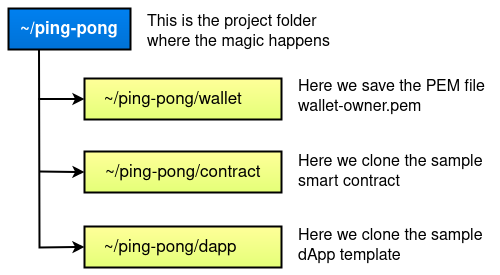
Earlier version of the draw.io export static/developers/tutorial/folder-structure.png (multiversx/mx-docs). Source tidied: cells renumbered, new cells last; positions are measured from the earlier drawing's top-left corner, leaving out a move shared by most shapes.
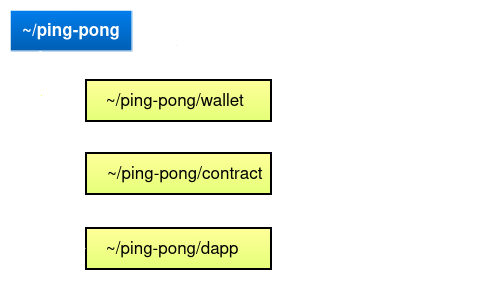
The same file after the commit.

Commit message:
Update images from "Build a dApp in 15 minutes" to be better integrated in the dark theme

What changed in the source:
```diff
@@ -2,46 +2,46 @@
   <root>
     <mxCell id="0" />
     <mxCell id="1" parent="0" />
-    <mxCell id="2" value="&lt;font style=&quot;font-size: 17px;&quot;&gt;&lt;b&gt;~/ping-pong&lt;/b&gt;&lt;/font&gt;" style="rounded=0;whiteSpace=wrap;html=1;fontSize=16;strokeWidth=2;fillColor=#0080F0;gradientColor=#0072D6;fontColor=#FFFFFF;" parent="1" vertex="1">
+    <mxCell id="2" value="&lt;b&gt;&lt;font style=&quot;font-size: 17px;&quot;&gt;~/ping-pong&lt;/font&gt;&lt;/b&gt;" style="rounded=0;whiteSpace=wrap;html=1;fontSize=16;strokeWidth=1;fillColor=#005EB3;gradientColor=#007DEB;fontColor=#FFFFFF;gradientDirection=north;strokeColor=#FFFFFF;" parent="1" vertex="1">
       <mxGeometry width="122" height="41" as="geometry" />
     </mxCell>
-    <mxCell id="3" style="edgeStyle=orthogonalEdgeStyle;rounded=0;jettySize=auto;html=1;exitX=0;exitY=0.5;exitDx=0;exitDy=0;strokeWidth=2;startArrow=classic;startFill=1;endArrow=none;endFill=0;" parent="1" edge="1" source="4">
+    <mxCell id="3" style="edgeStyle=orthogonalEdgeStyle;rounded=0;jettySize=auto;html=1;exitX=0;exitY=0.5;exitDx=0;exitDy=0;strokeWidth=2;startArrow=classic;startFill=1;endArrow=none;endFill=0;strokeColor=#FFFFFF;" parent="1" edge="1" source="4">
       <mxGeometry relative="1" as="geometry">
         <mxPoint x="30" y="90.5" as="targetPoint" />
       </mxGeometry>
     </mxCell>
     <mxCell id="4" value="&amp;nbsp;&amp;nbsp;&amp;nbsp; &lt;font style=&quot;font-size: 17px;&quot;&gt;~/ping-pong/wallet&lt;/font&gt;" style="rounded=0;whiteSpace=wrap;html=1;fontSize=16;strokeWidth=2;fillColor=#FFFF99;gradientColor=#E4FF78;align=left;" parent="1" vertex="1">
-      <mxGeometry x="76" y="70" width="197" height="41" as="geometry" />
+      <mxGeometry x="76" y="70" width="185" height="41" as="geometry" />
     </mxCell>
-    <mxCell id="5" style="edgeStyle=orthogonalEdgeStyle;rounded=0;jettySize=auto;html=1;exitX=0;exitY=0.5;exitDx=0;exitDy=0;startArrow=classic;startFill=1;endArrow=none;endFill=0;strokeWidth=2;" parent="1" edge="1" source="6">
+    <mxCell id="5" style="edgeStyle=orthogonalEdgeStyle;rounded=0;jettySize=auto;html=1;exitX=0;exitY=0.5;exitDx=0;exitDy=0;startArrow=classic;startFill=1;endArrow=none;endFill=0;strokeWidth=2;strokeColor=#FFFFFF;" parent="1" edge="1" source="6">
       <mxGeometry relative="1" as="geometry">
         <mxPoint x="31" y="163" as="targetPoint" />
       </mxGeometry>
     </mxCell>
     <mxCell id="6" value="&lt;font style=&quot;font-size: 17px;&quot;&gt;&amp;nbsp;&amp;nbsp;&amp;nbsp; ~/ping-pong/contract&lt;/font&gt;" style="rounded=0;whiteSpace=wrap;html=1;fontSize=16;strokeWidth=2;fillColor=#FFFF99;gradientColor=#E4FF78;align=left;" parent="1" vertex="1">
-      <mxGeometry x="76" y="143" width="197" height="41" as="geometry" />
+      <mxGeometry x="76" y="143" width="185" height="41" as="geometry" />
     </mxCell>
     <mxCell id="7" value="&amp;nbsp;&amp;nbsp;&amp;nbsp; &lt;font style=&quot;font-size: 17px;&quot;&gt;~/ping-pong/dapp&lt;/font&gt;" style="rounded=0;whiteSpace=wrap;html=1;fontSize=16;strokeWidth=2;fillColor=#FFFF99;gradientColor=#E4FF78;align=left;" parent="1" vertex="1">
-      <mxGeometry x="76" y="218" width="197" height="41" as="geometry" />
+      <mxGeometry x="76" y="218" width="185" height="41" as="geometry" />
     </mxCell>
-    <mxCell id="8" style="endArrow=classic;html=1;rounded=0;exitX=0.25;exitY=1;exitDx=0;exitDy=0;entryX=0;entryY=0.5;entryDx=0;entryDy=0;strokeWidth=2;" parent="1" edge="1" source="2" target="7">
+    <mxCell id="8" style="endArrow=classic;html=1;rounded=0;exitX=0.25;exitY=1;exitDx=0;exitDy=0;entryX=0;entryY=0.5;entryDx=0;entryDy=0;strokeWidth=2;strokeColor=#FFFFFF;" parent="1" edge="1" source="2" target="7">
       <mxGeometry relative="1" as="geometry">
         <Array as="points">
           <mxPoint x="31" y="239" />
         </Array>
       </mxGeometry>
     </mxCell>
-    <mxCell id="9" value="&lt;div align=&quot;left&quot;&gt;This is the project folder&lt;/div&gt;&lt;div align=&quot;left&quot;&gt;where the magic happens&lt;br&gt;&lt;/div&gt;" style="text;html=1;strokeColor=none;fillColor=none;align=left;verticalAlign=middle;whiteSpace=wrap;rounded=0;fontSize=16;" parent="1" vertex="1">
-      <mxGeometry x="137" y="8.5" width="197" height="30" as="geometry" />
+    <mxCell id="9" value="&lt;div align=&quot;left&quot;&gt;&lt;font color=&quot;#ffffff&quot;&gt;This is the project folder&lt;/font&gt;&lt;/div&gt;&lt;div align=&quot;left&quot;&gt;&lt;font color=&quot;#ffffff&quot;&gt;where the magic happens&lt;br&gt;&lt;/font&gt;&lt;/div&gt;" style="text;html=1;strokeColor=none;fillColor=none;align=left;verticalAlign=middle;whiteSpace=wrap;rounded=0;fontSize=16;" parent="1" vertex="1">
+      <mxGeometry x="137" y="6.5" width="197" height="30" as="geometry" />
     </mxCell>
-    <mxCell id="10" value="&lt;div&gt;Here we save the PEM file&lt;/div&gt;&lt;div&gt;wallet-owner.pem&lt;br&gt;&lt;/div&gt;" style="text;html=1;strokeColor=none;fillColor=none;align=left;verticalAlign=middle;whiteSpace=wrap;rounded=0;fontSize=16;" parent="1" vertex="1">
-      <mxGeometry x="287.5" y="74" width="197" height="30" as="geometry" />
+    <mxCell id="10" value="&lt;div&gt;&lt;font color=&quot;#ffffff&quot;&gt;Here we save the PEM file&lt;/font&gt;&lt;/div&gt;&lt;div&gt;&lt;font color=&quot;#ffffff&quot;&gt;wallet-owner.pem&lt;br&gt;&lt;/font&gt;&lt;/div&gt;" style="text;html=1;strokeColor=none;fillColor=none;align=left;verticalAlign=middle;whiteSpace=wrap;rounded=0;fontSize=16;" parent="1" vertex="1">
+      <mxGeometry x="271.5" y="75" width="197" height="30" as="geometry" />
     </mxCell>
-    <mxCell id="11" value="&lt;div&gt;Here we clone the sample&lt;/div&gt;&lt;div&gt;smart contract&lt;br&gt;&lt;/div&gt;" style="text;html=1;strokeColor=none;fillColor=none;align=left;verticalAlign=middle;whiteSpace=wrap;rounded=0;fontSize=16;" parent="1" vertex="1">
-      <mxGeometry x="287.5" y="148.5" width="197" height="30" as="geometry" />
+    <mxCell id="11" value="&lt;div&gt;&lt;font color=&quot;#ffffff&quot;&gt;Here we clone the sample&lt;/font&gt;&lt;/div&gt;&lt;div&gt;&lt;font color=&quot;#ffffff&quot;&gt;smart contract&lt;br&gt;&lt;/font&gt;&lt;/div&gt;" style="text;html=1;strokeColor=none;fillColor=none;align=left;verticalAlign=middle;whiteSpace=wrap;rounded=0;fontSize=16;" parent="1" vertex="1">
+      <mxGeometry x="271.5" y="149.5" width="197" height="30" as="geometry" />
     </mxCell>
-    <mxCell id="12" value="Here we clone the sample dApp template" style="text;html=1;strokeColor=none;fillColor=none;align=left;verticalAlign=middle;whiteSpace=wrap;rounded=0;fontSize=16;" parent="1" vertex="1">
-      <mxGeometry x="287.5" y="222.5" width="197" height="30" as="geometry" />
+    <mxCell id="12" value="&lt;font color=&quot;#ffffff&quot;&gt;Here we clone the sample dApp template&lt;/font&gt;" style="text;html=1;strokeColor=none;fillColor=none;align=left;verticalAlign=middle;whiteSpace=wrap;rounded=0;fontSize=16;" parent="1" vertex="1">
+      <mxGeometry x="271.5" y="223.5" width="197" height="30" as="geometry" />
     </mxCell>
   </root>
 </mxGraphModel>
```
